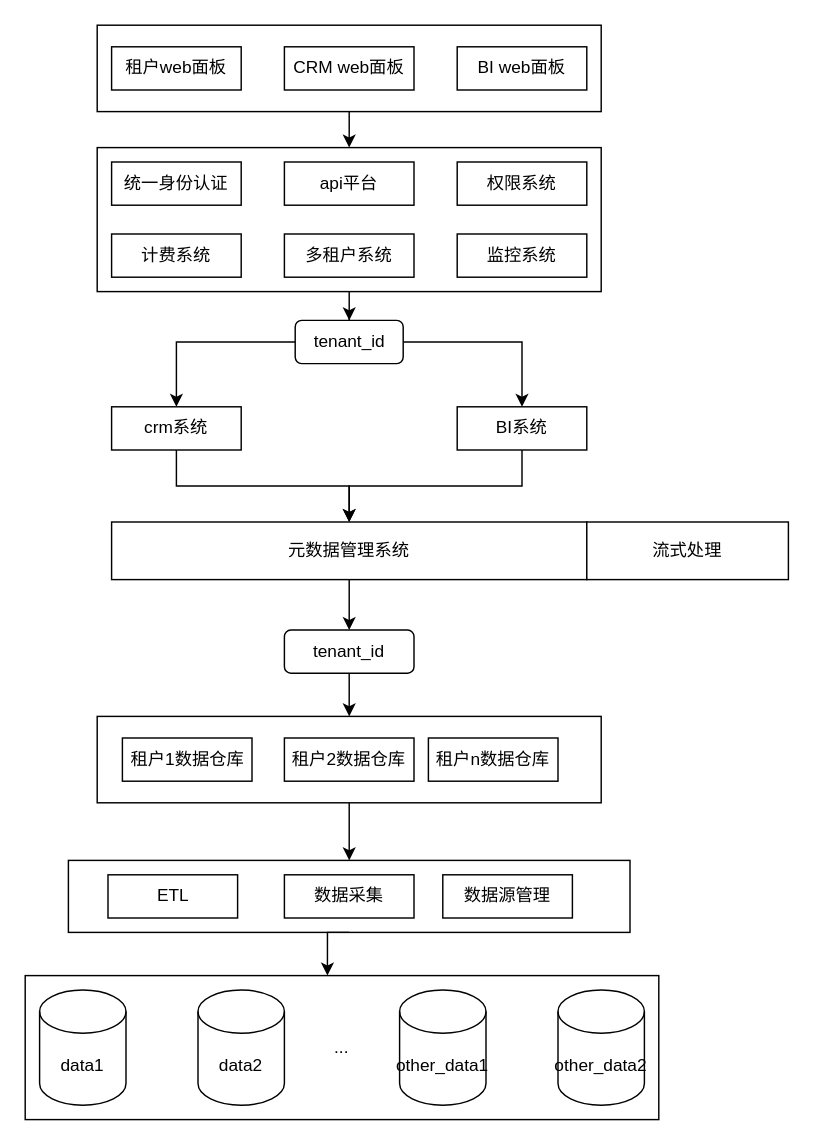
Before: page "第 1 页" (1 of 2) of Crm-Saas/crm-saas.drawio in zhangshuntao-ola/MyDraw, a draw.io diagram. Source tidied: cells renumbered, new cells numbered last; positions are measured from the earlier drawing's top-left corner, leaving out a move shared by most shapes. Both pictures are drawn from the tidied source at 144%, with x=0, y=0 at pixel (24, 24).
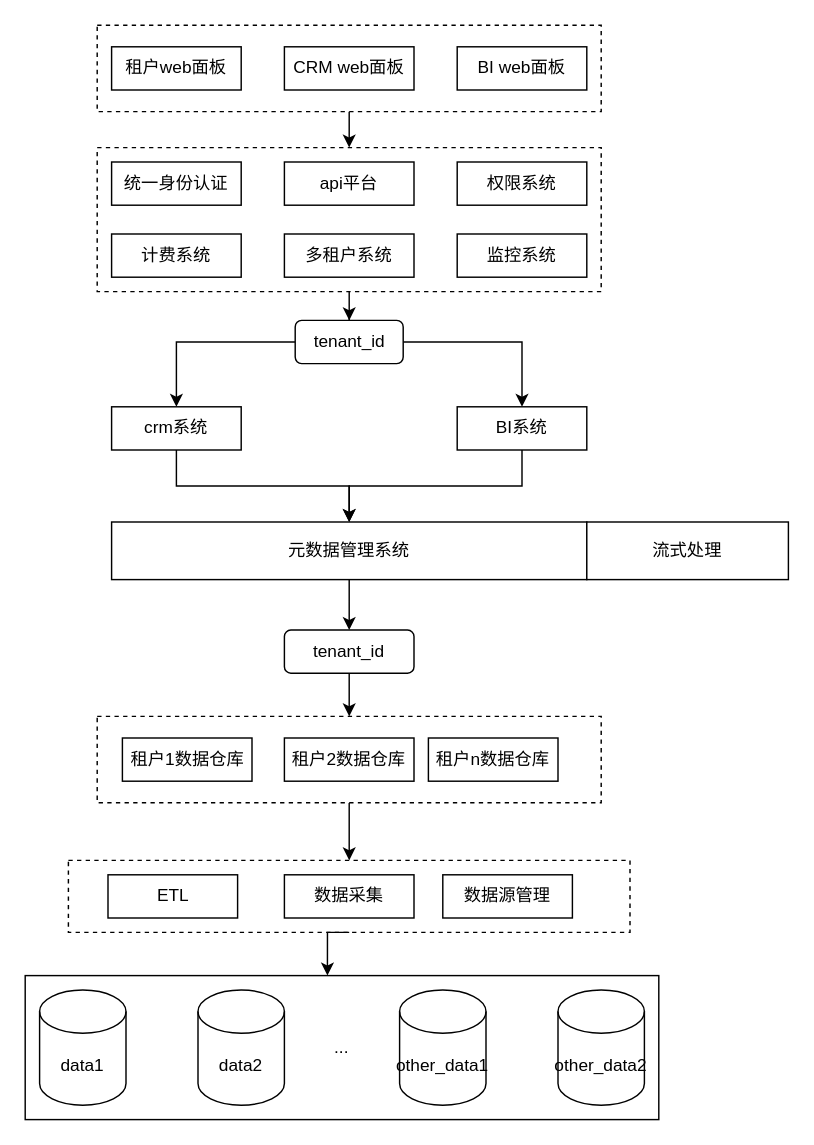
The same diagram, later.

The edit, as a diff of the source:
```diff
@@
-    <mxCell id="3" style="rounded=0;whiteSpace=wrap;html=1;" parent="1" vertex="1">
+    <mxCell id="3" style="rounded=0;whiteSpace=wrap;html=1;dashed=1;" parent="1" vertex="1">
       <mxGeometry x="50" y="480" width="350" height="60" as="geometry" />
     </mxCell>
-    <mxCell id="4" style="rounded=0;whiteSpace=wrap;html=1;" parent="1" vertex="1">
+    <mxCell id="4" style="rounded=0;whiteSpace=wrap;html=1;dashed=1;" parent="1" vertex="1">
       <mxGeometry x="30" y="580" width="390" height="50" as="geometry" />
     </mxCell>
@@
-    <mxCell id="7" style="rounded=0;whiteSpace=wrap;html=1;" parent="1" vertex="1">
+    <mxCell id="7" style="rounded=0;whiteSpace=wrap;html=1;dashed=1;" parent="1" vertex="1">
       <mxGeometry x="50" width="350" height="60" as="geometry" />
     </mxCell>
@@
-    <mxCell id="9" style="rounded=0;whiteSpace=wrap;html=1;" parent="1" vertex="1">
+    <mxCell id="9" style="rounded=0;whiteSpace=wrap;html=1;dashed=1;" parent="1" vertex="1">
       <mxGeometry x="50" y="85" width="350" height="100" as="geometry" />
     </mxCell>
```
